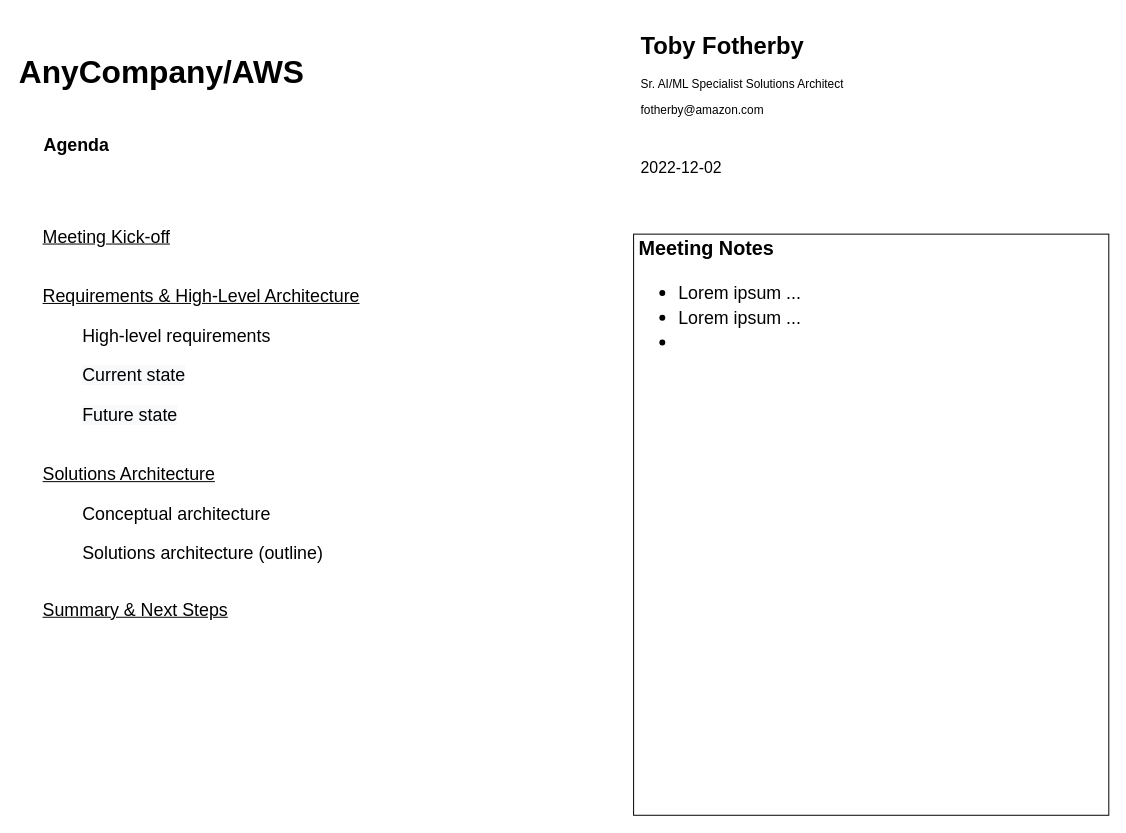
Above: page "Agenda" (1 of 6) of AB2 - 2022-12-04-v1.drawio in fotoby/ab3 (draw.io), before the change. Source tidied: cells renumbered, new cells numbered last; positions are measured from the earlier drawing's top-left corner, leaving out a move shared by most shapes. Both pictures are drawn from the tidied source at 99%, with x=0, y=0 at pixel (17, 27).
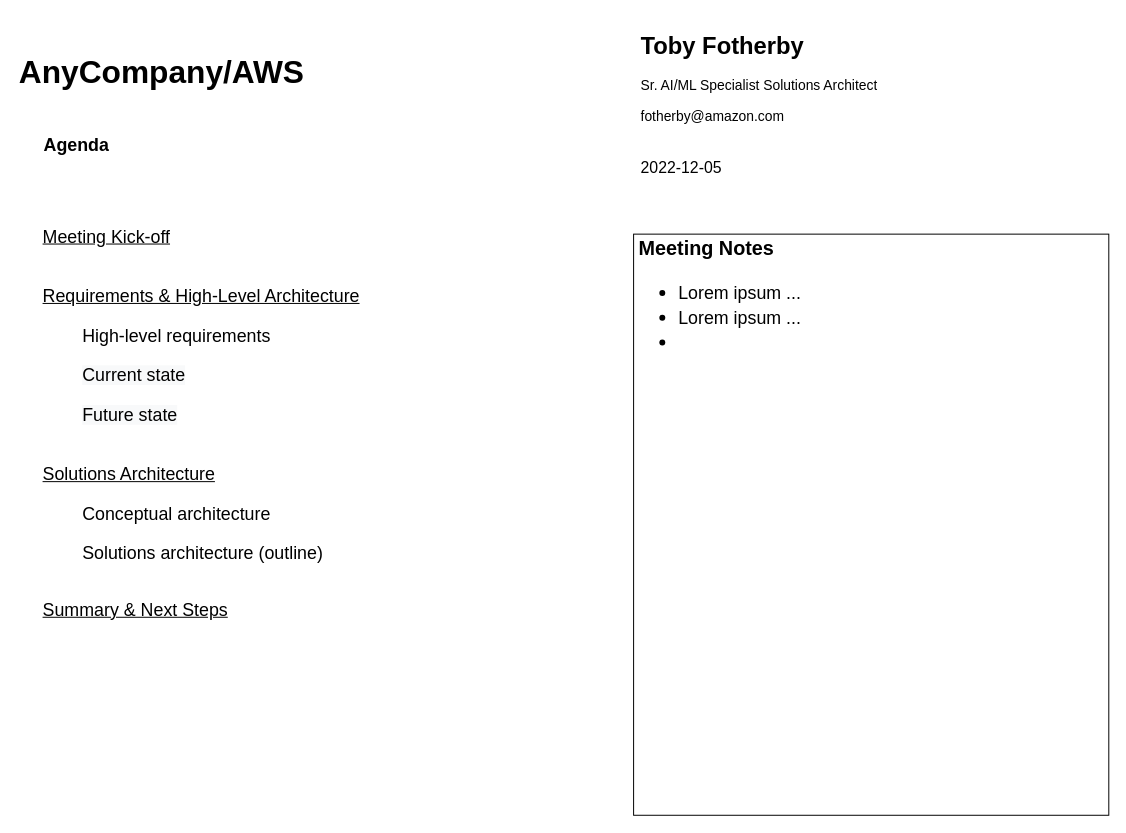
The same page after the edit.

Diff of the diagram source:
```diff
@@
 <mxGraphModel>
   <root>
     <mxCell id="0" />
     <mxCell id="1" parent="0" />
     <mxCell id="2" value="Agenda" style="text;html=1;strokeColor=none;fillColor=none;align=center;verticalAlign=middle;whiteSpace=wrap;rounded=0;shadow=0;fontSize=18;fontStyle=1;" parent="1" vertex="1">
       <mxGeometry x="30" y="105" width="60" height="30" as="geometry" />
     </mxCell>
     <mxCell id="3" value="&lt;u&gt;Meeting Kick-off&lt;/u&gt;" style="text;html=1;strokeColor=none;fillColor=none;align=left;verticalAlign=middle;whiteSpace=wrap;rounded=0;shadow=0;fontSize=18;" parent="1" vertex="1">
       <mxGeometry x="24" y="197" width="480" height="30" as="geometry" />
     </mxCell>
     <mxCell id="4" value="&lt;u&gt;Requirements &amp;amp; High-Level Architecture&lt;/u&gt;" style="text;html=1;strokeColor=none;fillColor=none;align=left;verticalAlign=middle;whiteSpace=wrap;rounded=0;shadow=0;fontSize=18;" parent="1" vertex="1">
       <mxGeometry x="24" y="257" width="480" height="30" as="geometry" />
     </mxCell>
     <mxCell id="5" value="&lt;u&gt;Solutions Architecture&lt;/u&gt;" style="text;html=1;strokeColor=none;fillColor=none;align=left;verticalAlign=middle;whiteSpace=wrap;rounded=0;shadow=0;fontSize=18;" parent="1" vertex="1">
       <mxGeometry x="24" y="437" width="480" height="30" as="geometry" />
     </mxCell>
     <mxCell id="6" value="&lt;u&gt;Summary &amp;amp; Next Steps&lt;/u&gt;" style="text;html=1;strokeColor=none;fillColor=none;align=left;verticalAlign=middle;whiteSpace=wrap;rounded=0;shadow=0;fontSize=18;" parent="1" vertex="1">
       <mxGeometry x="24" y="574" width="480" height="30" as="geometry" />
     </mxCell>
     <mxCell id="7" value="Conceptual architecture" style="text;html=1;strokeColor=none;fillColor=none;align=left;verticalAlign=middle;whiteSpace=wrap;rounded=0;shadow=0;fontSize=18;" parent="1" vertex="1">
       <mxGeometry x="64" y="477" width="480" height="30" as="geometry" />
     </mxCell>
     <mxCell id="8" value="Solutions architecture (outline)" style="text;html=1;strokeColor=none;fillColor=none;align=left;verticalAlign=middle;whiteSpace=wrap;rounded=0;shadow=0;fontSize=18;" parent="1" vertex="1">
       <mxGeometry x="64" y="517" width="480" height="30" as="geometry" />
     </mxCell>
     <mxCell id="9" value="High-level requirements" style="text;html=1;strokeColor=none;fillColor=none;align=left;verticalAlign=middle;whiteSpace=wrap;rounded=0;shadow=0;fontSize=18;" parent="1" vertex="1">
       <mxGeometry x="64" y="297" width="480" height="30" as="geometry" />
     </mxCell>
     <mxCell id="10" value="&lt;span style=&quot;caret-color: rgb(0, 0, 0); color: rgb(0, 0, 0); font-family: Helvetica; font-size: 18px; font-style: normal; font-variant-caps: normal; font-weight: 400; letter-spacing: normal; text-align: left; text-indent: 0px; text-transform: none; word-spacing: 0px; -webkit-text-stroke-width: 0px; background-color: rgb(248, 249, 250); text-decoration: none; float: none; display: inline !important;&quot;&gt;Future state&lt;/span&gt;" style="text;html=1;strokeColor=none;fillColor=none;align=left;verticalAlign=middle;whiteSpace=wrap;rounded=0;shadow=0;fontSize=18;" parent="1" vertex="1">
       <mxGeometry x="64" y="377" width="480" height="30" as="geometry" />
     </mxCell>
-    <mxCell id="11" value="&lt;font style=&quot;font-size: 16px;&quot;&gt;2022-12-02&lt;/font&gt;" style="text;html=1;strokeColor=none;fillColor=none;align=left;verticalAlign=middle;whiteSpace=wrap;rounded=0;dashed=1;labelBackgroundColor=#FFFFFF;fontSize=24;fontColor=#000000;" parent="1" vertex="1">
+    <mxCell id="11" value="&lt;font style=&quot;font-size: 16px;&quot;&gt;2022-12-05&lt;/font&gt;" style="text;html=1;strokeColor=none;fillColor=none;align=left;verticalAlign=middle;whiteSpace=wrap;rounded=0;dashed=1;labelBackgroundColor=#FFFFFF;fontSize=24;fontColor=#000000;" parent="1" vertex="1">
       <mxGeometry x="628" y="125" width="143" height="30" as="geometry" />
     </mxCell>
     <mxCell id="12" value="&lt;font style=&quot;font-size: 32px;&quot;&gt;AnyCompany/AWS&lt;/font&gt;" style="text;html=1;strokeColor=none;fillColor=none;align=left;verticalAlign=middle;whiteSpace=wrap;rounded=0;shadow=0;fontSize=18;fontStyle=1;" parent="1" vertex="1">
       <mxGeometry y="31" width="329" height="29" as="geometry" />
     </mxCell>
     <mxCell id="13" value="&lt;span style=&quot;caret-color: rgb(0, 0, 0); color: rgb(0, 0, 0); font-family: Helvetica; font-size: 18px; font-style: normal; font-variant-caps: normal; font-weight: 400; letter-spacing: normal; text-align: left; text-indent: 0px; text-transform: none; word-spacing: 0px; -webkit-text-stroke-width: 0px; background-color: rgb(248, 249, 250); text-decoration: none; float: none; display: inline !important;&quot;&gt;Current state&lt;/span&gt;" style="text;html=1;strokeColor=none;fillColor=none;align=left;verticalAlign=middle;whiteSpace=wrap;rounded=0;shadow=0;fontSize=18;" parent="1" vertex="1">
       <mxGeometry x="64" y="337" width="480" height="30" as="geometry" />
     </mxCell>
-    <mxCell id="14" value="&lt;h1&gt;Toby Fotherby&lt;/h1&gt;&lt;p&gt;Sr. AI/ML Specialist Solutions Architect&lt;/p&gt;&lt;p&gt;fotherby@amazon.com&lt;/p&gt;" style="text;html=1;strokeColor=none;fillColor=none;spacing=5;spacingTop=-20;whiteSpace=wrap;overflow=hidden;rounded=0;" parent="1" vertex="1">
-      <mxGeometry x="625" width="240" height="120" as="geometry" />
+    <mxCell id="14" value="&lt;h1&gt;Toby Fotherby&lt;/h1&gt;&lt;p style=&quot;font-size: 14px;&quot;&gt;&lt;font style=&quot;font-size: 14px;&quot;&gt;Sr. AI/ML Specialist Solutions Architect&lt;/font&gt;&lt;/p&gt;&lt;p style=&quot;font-size: 14px;&quot;&gt;&lt;font style=&quot;font-size: 14px;&quot;&gt;fotherby@amazon.com&lt;/font&gt;&lt;/p&gt;" style="text;html=1;strokeColor=none;fillColor=none;spacing=5;spacingTop=-20;whiteSpace=wrap;overflow=hidden;rounded=0;" parent="1" vertex="1">
+      <mxGeometry x="625" width="281" height="120" as="geometry" />
     </mxCell>
     <mxCell id="15" value="&lt;h1 style=&quot;font-size: 20px;&quot;&gt;&lt;font style=&quot;font-size: 20px;&quot;&gt;Meeting Notes&lt;/font&gt;&lt;/h1&gt;&lt;h1 style=&quot;font-size: 20px;&quot;&gt;&lt;ul&gt;&lt;li&gt;&lt;font style=&quot;font-size: 18px;&quot;&gt;&lt;span style=&quot;font-weight: normal;&quot;&gt;Lorem ipsum ...&lt;/span&gt;&lt;br&gt;&lt;/font&gt;&lt;/li&gt;&lt;li style=&quot;font-size: 20px;&quot;&gt;&lt;span style=&quot;font-weight: 400;&quot;&gt;&lt;font style=&quot;font-size: 18px;&quot;&gt;Lorem ipsum ...&lt;/font&gt;&lt;/span&gt;&lt;br&gt;&lt;/li&gt;&lt;li style=&quot;font-size: 20px;&quot;&gt;&lt;span style=&quot;font-weight: 400;&quot;&gt;&lt;font style=&quot;font-size: 18px;&quot;&gt;&lt;br&gt;&lt;/font&gt;&lt;/span&gt;&lt;/li&gt;&lt;/ul&gt;&lt;/h1&gt;" style="text;html=1;strokeColor=default;fillColor=none;spacing=5;spacingTop=-20;whiteSpace=wrap;overflow=hidden;rounded=0;shadow=0;" parent="1" vertex="1">
       <mxGeometry x="622.5" y="209" width="480" height="587" as="geometry" />
     </mxCell>
   </root>
 </mxGraphModel>
```
